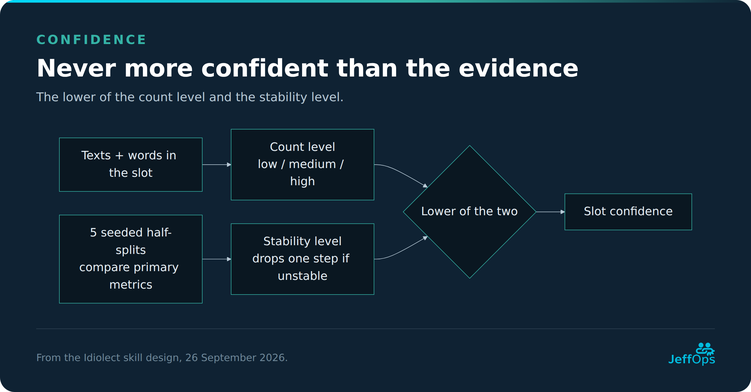
JeffWouters/Claude-Skill-Idiolect keeps this Mermaid diagram as docs/idiolect-design-images/07-confidence.png. Above is the earlier version. Its source is kept beside it as docs/idiolect-design-diagram-sources/07-confidence.mmd.
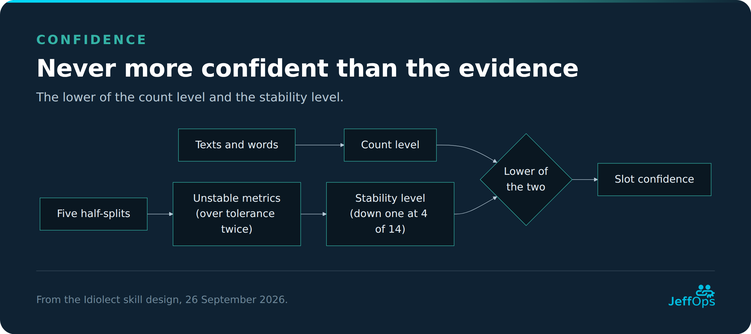
After the commit.

Diff of the diagram source:
```diff
@@ -1,6 +1,6 @@
 flowchart LR
-    C["Texts + words in the slot"] --> CL["Count level<br/>low / medium / high"]
-    H["5 seeded half-splits<br/>compare primary metrics"] --> SL["Stability level<br/>drops one step if unstable"]
-    CL --> MIN{"Lower of the two"}
+    C["Texts and words"] --> CL["Count level"]
+    H["Five half-splits"] --> U["Unstable metrics<br/>(over tolerance twice)"] --> SL["Stability level<br/>(down one at 4 of 14)"]
+    CL --> MIN{"Lower of<br/>the two"}
     SL --> MIN
     MIN --> CF["Slot confidence"]
```
